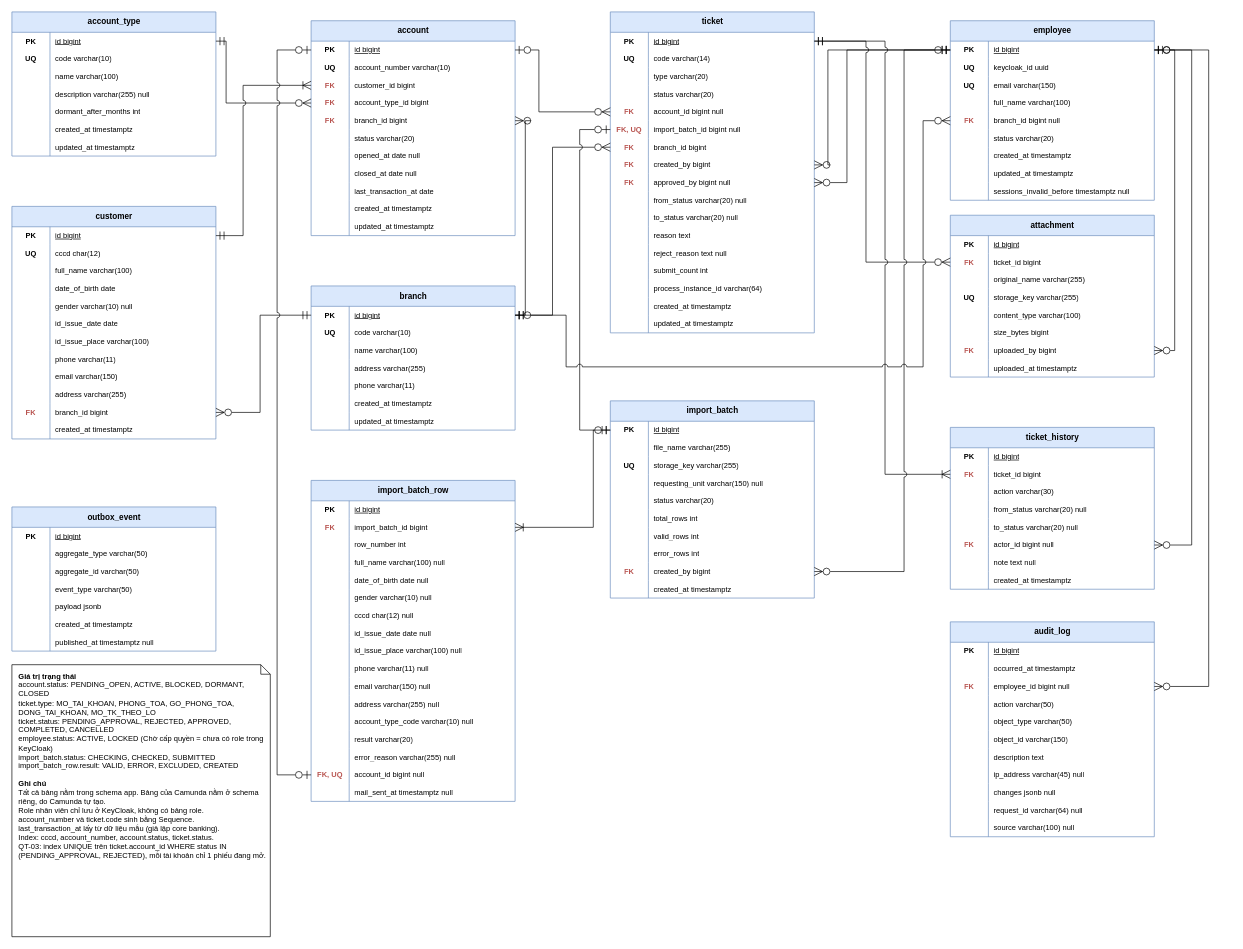
This is docs/diagrams/erd.drawio from Arielne/account-lifecycle-portal, a draw.io file, before an edit. Source tidied: cells renumbered, new cells numbered last; positions are measured from the earlier drawing's top-left corner, leaving out a move shared by most shapes. Both pictures are drawn from the tidied source at 68%, with x=0, y=0 at pixel (12, 12).
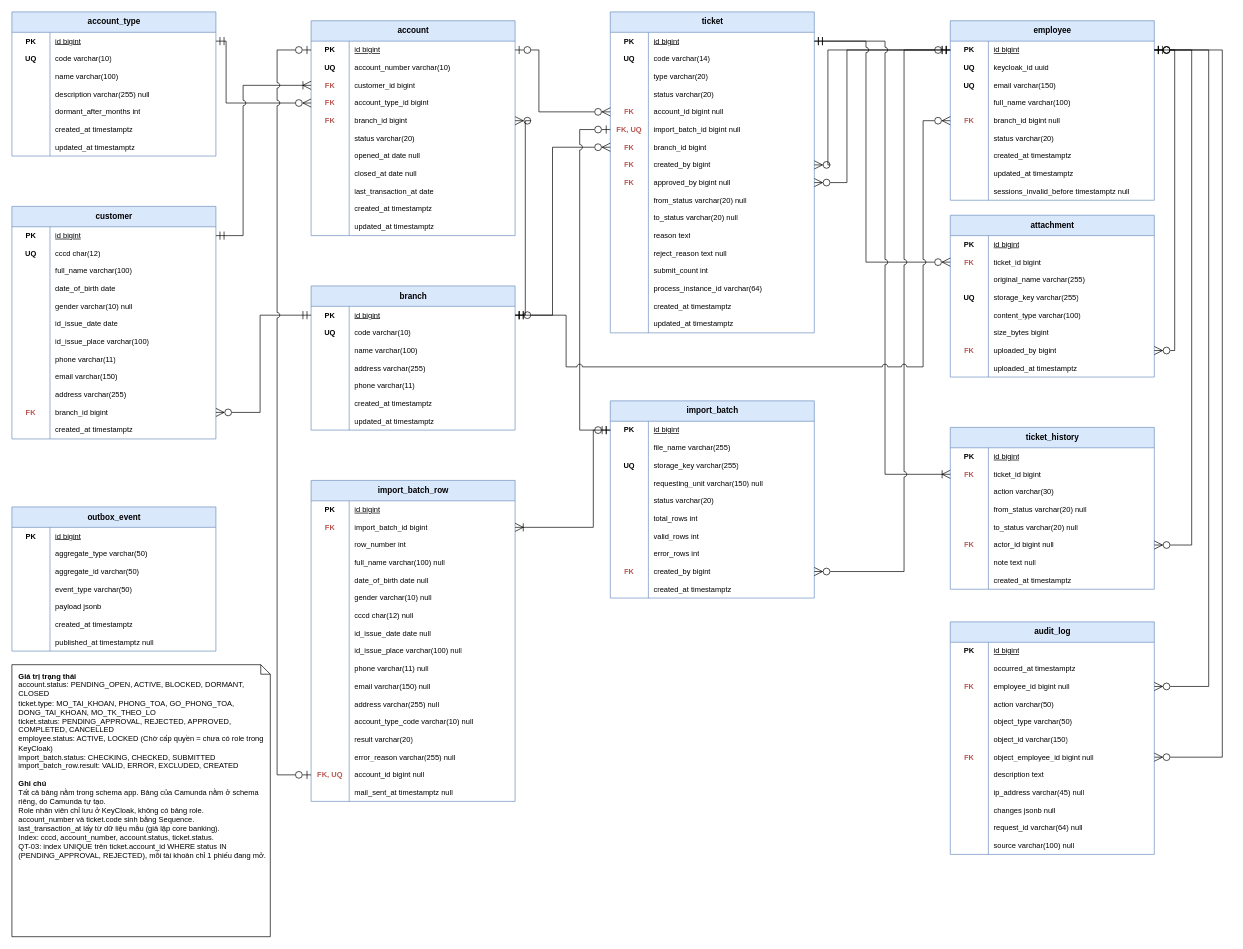
After the change.

Unchanged cells that the change refers to:
```xml
<mxCell id="278" style="shape=tableRow;horizontal=0;startSize=0;swimlaneHead=0;swimlaneBody=0;fillColor=none;points=[[0,0.5],[1,0.5]];portConstraint=eastwest;top=0;left=0;right=0;bottom=0;html=1;" parent="277" vertex="1">
  <mxGeometry y="30" width="300" height="26" as="geometry" />
</mxCell>
```

Change to the diagram source:
```diff
@@
     <mxCell id="330" value="audit_log" style="shape=table;startSize=30;childLayout=tableLayout;rowLines=0;fontStyle=1;align=center;html=1;fillColor=#dae8fc;strokeColor=#6c8ebf;" parent="1" vertex="1">
-      <mxGeometry x="1380" y="897" width="300" height="316" as="geometry" />
+      <mxGeometry x="1380" y="897" width="300" height="342" as="geometry" />
     </mxCell>
@@
+    <mxCell id="405" style="shape=tableRow;horizontal=0;startSize=0;swimlaneHead=0;swimlaneBody=0;fillColor=none;points=[[0,0.5],[1,0.5]];portConstraint=eastwest;top=0;left=0;right=0;bottom=0;html=1;" parent="330" vertex="1">
+      <mxGeometry y="186" width="300" height="26" as="geometry" />
+    </mxCell>
+    <mxCell id="406" value="FK" style="shape=partialRectangle;fillColor=none;top=0;left=0;bottom=0;right=0;fontStyle=1;overflow=hidden;html=1;whiteSpace=wrap;fontSize=11;fontColor=#B85450;" parent="405" vertex="1">
+      <mxGeometry width="56" height="26" as="geometry" />
+    </mxCell>
+    <mxCell id="407" value="object_employee_id bigint null" style="shape=partialRectangle;fillColor=none;top=0;left=0;bottom=0;right=0;align=left;spacingLeft=6;overflow=hidden;html=1;whiteSpace=wrap;fontSize=11;" parent="405" vertex="1">
+      <mxGeometry x="56" width="244" height="26" as="geometry" />
+    </mxCell>
     <mxCell id="349" style="shape=tableRow;horizontal=0;startSize=0;swimlaneHead=0;swimlaneBody=0;fillColor=none;top=0;left=0;right=0;bottom=0;html=1;" parent="330" vertex="1">
-      <mxGeometry y="186" width="300" height="26" as="geometry" />
+      <mxGeometry y="212" width="300" height="26" as="geometry" />
     </mxCell>
@@
     <mxCell id="352" style="shape=tableRow;horizontal=0;startSize=0;swimlaneHead=0;swimlaneBody=0;fillColor=none;top=0;left=0;right=0;bottom=0;html=1;" parent="330" vertex="1">
-      <mxGeometry y="212" width="300" height="26" as="geometry" />
+      <mxGeometry y="238" width="300" height="26" as="geometry" />
     </mxCell>
@@
     <mxCell id="355" style="shape=tableRow;horizontal=0;startSize=0;swimlaneHead=0;swimlaneBody=0;fillColor=none;top=0;left=0;right=0;bottom=0;html=1;" parent="330" vertex="1">
-      <mxGeometry y="238" width="300" height="26" as="geometry" />
+      <mxGeometry y="264" width="300" height="26" as="geometry" />
     </mxCell>
@@
     <mxCell id="358" style="shape=tableRow;horizontal=0;startSize=0;swimlaneHead=0;swimlaneBody=0;fillColor=none;top=0;left=0;right=0;bottom=0;html=1;" parent="330" vertex="1">
-      <mxGeometry y="264" width="300" height="26" as="geometry" />
+      <mxGeometry y="290" width="300" height="26" as="geometry" />
     </mxCell>
@@
     <mxCell id="361" style="shape=tableRow;horizontal=0;startSize=0;swimlaneHead=0;swimlaneBody=0;fillColor=none;top=0;left=0;right=0;bottom=0;html=1;" parent="330" vertex="1">
-      <mxGeometry y="290" width="300" height="26" as="geometry" />
+      <mxGeometry y="316" width="300" height="26" as="geometry" />
     </mxCell>
@@
+    <mxCell id="408" style="edgeStyle=orthogonalEdgeStyle;rounded=0;html=1;jumpStyle=arc;jumpSize=8;startArrow=ERzeroToMany;endArrow=ERzeroToOne;startFill=0;endFill=0;startSize=10;endSize=10;exitX=1;exitY=0.5;exitDx=0;exitDy=0;entryX=1;entryY=0.5;entryDx=0;entryDy=0;" parent="1" edge="1" source="405" target="278">
+      <mxGeometry relative="1" as="geometry">
+        <Array as="points">
+          <mxPoint x="1780" y="1096" />
+          <mxPoint x="1780" y="56" />
+        </Array>
+      </mxGeometry>
+    </mxCell>
```
